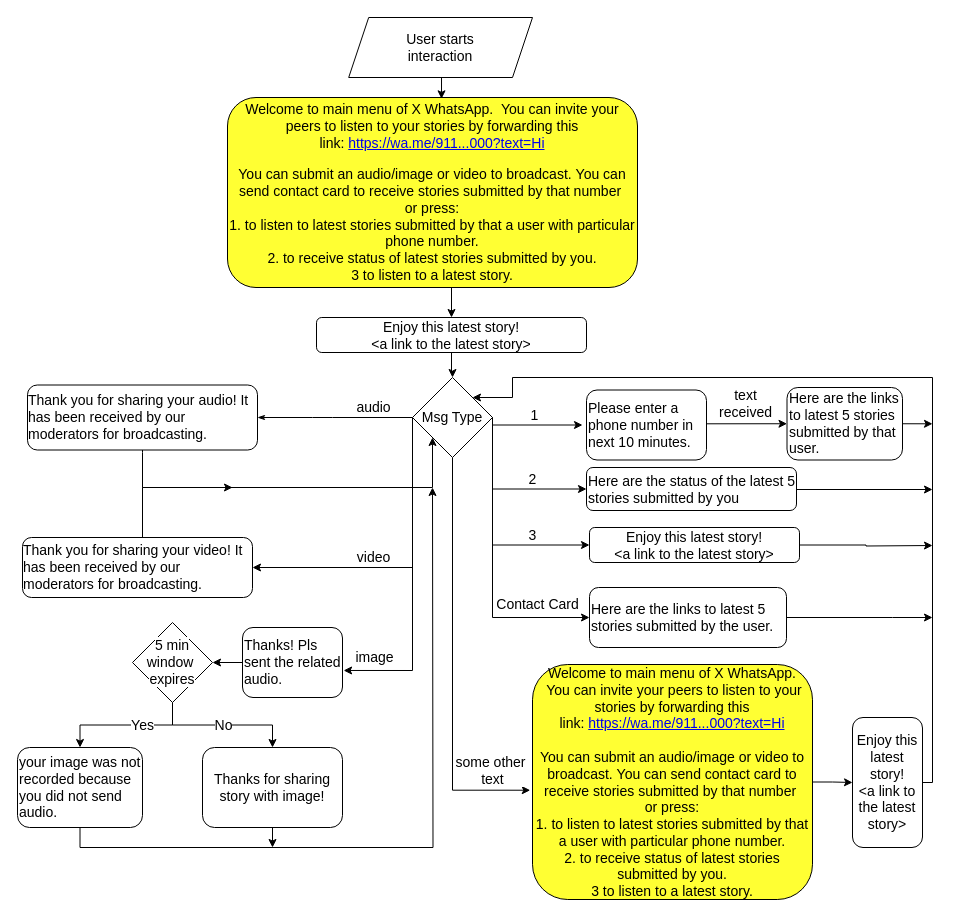
The draw.io diagram page "Flow7" (9 of 10) of DisseminationFlow.drawio in PriyankaVerma98/CGNetSwara-WhatsApp, before the edit. Source tidied: cells renumbered, new cells numbered last; positions are measured from the earlier drawing's top-left corner, leaving out a move shared by most shapes. Both pictures are drawn from the tidied source at 100%, with x=0, y=0 at pixel (-88, 17).
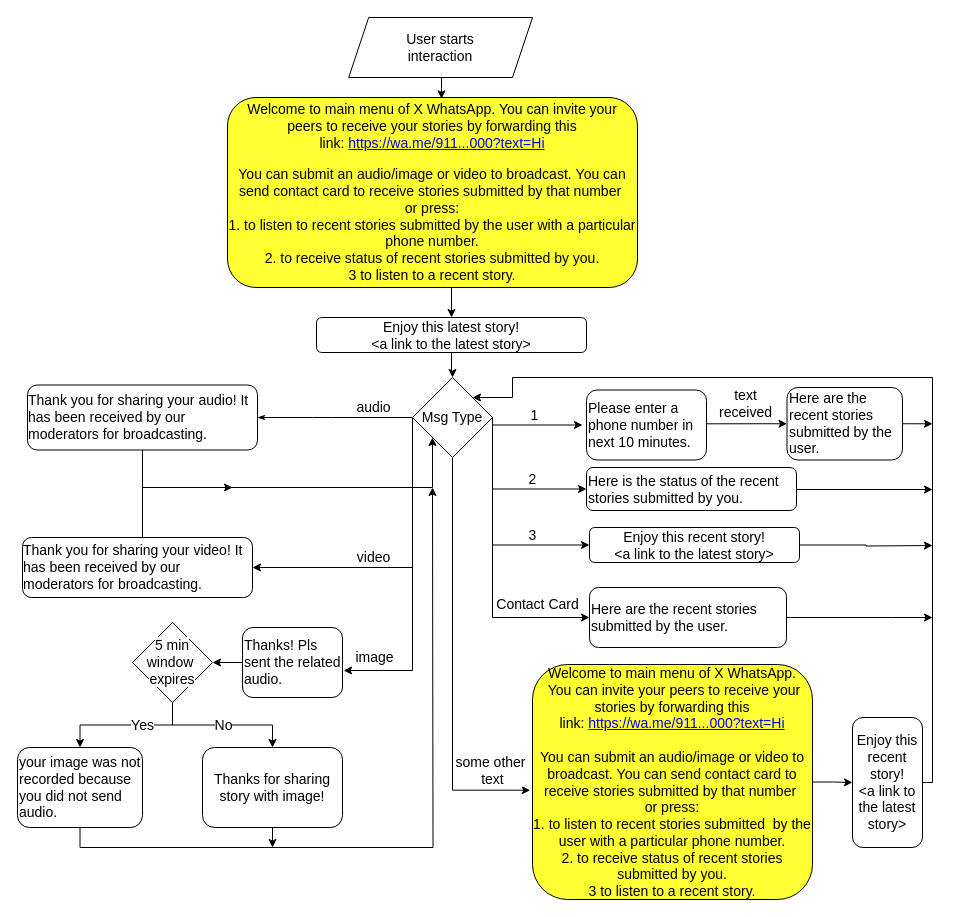
After the change.

What changed in the source:
```diff
@@
-    <mxCell id="23" value="&lt;div&gt;&lt;font style=&quot;font-size: 14px&quot;&gt;&lt;span&gt;&lt;br&gt;&lt;/span&gt;&lt;/font&gt;&lt;/div&gt;&lt;div&gt;&lt;font style=&quot;font-size: 14px&quot;&gt;&lt;span&gt;Welcome to main menu of X WhatsApp. &amp;nbsp;&lt;/span&gt;&lt;span&gt;You can invite your peers to listen to your stories by forwarding this link:&amp;nbsp;&lt;/span&gt;&lt;a href=&quot;https://wa.me/918050068000?text=Hi&quot;&gt;https://wa.me/911...000?text=Hi&lt;/a&gt;&lt;/font&gt;&lt;/div&gt;&lt;div&gt;&lt;br&gt;&lt;/div&gt;&lt;div&gt;&lt;font style=&quot;font-size: 14px&quot;&gt;You can submit an audio/image or video to broadcast.&amp;nbsp;&lt;/font&gt;&lt;font style=&quot;font-size: 14px&quot;&gt;You can send contact card to receive stories submitted by that number&amp;nbsp;&lt;/font&gt;&lt;/div&gt;&lt;div&gt;&lt;span style=&quot;font-size: 14px&quot;&gt;or press:&lt;/span&gt;&lt;/div&gt;&lt;div&gt;&lt;font style=&quot;font-size: 14px&quot;&gt;1.&amp;nbsp;&lt;/font&gt;&lt;span style=&quot;font-size: 14px&quot;&gt;to listen to latest stories submitted by that a user with particular phone number.&lt;/span&gt;&lt;/div&gt;&lt;div&gt;&lt;font style=&quot;font-size: 14px&quot;&gt;&lt;font&gt;2. to receive status of latest stories submitted by you&lt;/font&gt;.&lt;/font&gt;&lt;/div&gt;&lt;div&gt;&lt;font style=&quot;font-size: 14px&quot;&gt;3 to listen to a latest story.&lt;br&gt;&lt;/font&gt;&lt;/div&gt;&lt;div&gt;&lt;font style=&quot;font-size: 14px&quot;&gt;&lt;br&gt;&lt;/font&gt;&lt;/div&gt;" style="rounded=1;whiteSpace=wrap;html=1;fillColor=#FFFF33;" parent="1" vertex="1">
+    <mxCell id="23" value="&lt;div&gt;&lt;font style=&quot;font-size: 14px&quot;&gt;&lt;span&gt;&lt;br&gt;&lt;/span&gt;&lt;/font&gt;&lt;/div&gt;&lt;div&gt;&lt;font style=&quot;font-size: 14px&quot;&gt;&lt;span&gt;Welcome to main menu of X WhatsApp.&amp;nbsp;&lt;/span&gt;&lt;span&gt;You can invite your peers to receive your stories by forwarding this link:&amp;nbsp;&lt;/span&gt;&lt;a href=&quot;https://wa.me/918050068000?text=Hi&quot;&gt;https://wa.me/911...000?text=Hi&lt;/a&gt;&lt;/font&gt;&lt;/div&gt;&lt;div&gt;&lt;br&gt;&lt;/div&gt;&lt;div&gt;&lt;font style=&quot;font-size: 14px&quot;&gt;You can submit an audio/image or video to broadcast.&amp;nbsp;&lt;/font&gt;&lt;font style=&quot;font-size: 14px&quot;&gt;You can send contact card to receive stories submitted by that number&amp;nbsp;&lt;/font&gt;&lt;/div&gt;&lt;div&gt;&lt;span style=&quot;font-size: 14px&quot;&gt;or press:&lt;/span&gt;&lt;/div&gt;&lt;div&gt;&lt;font style=&quot;font-size: 14px&quot;&gt;1.&amp;nbsp;&lt;/font&gt;&lt;span style=&quot;font-size: 14px&quot;&gt;to listen to recent stories submitted by the user with a particular phone number.&lt;/span&gt;&lt;/div&gt;&lt;div&gt;&lt;font style=&quot;font-size: 14px&quot;&gt;&lt;font&gt;2. to receive status of recent stories submitted by you&lt;/font&gt;.&lt;/font&gt;&lt;/div&gt;&lt;div&gt;&lt;font style=&quot;font-size: 14px&quot;&gt;3 to listen to a recent story.&lt;br&gt;&lt;/font&gt;&lt;/div&gt;&lt;div&gt;&lt;font style=&quot;font-size: 14px&quot;&gt;&lt;br&gt;&lt;/font&gt;&lt;/div&gt;" style="rounded=1;whiteSpace=wrap;html=1;fillColor=#FFFF33;" parent="1" vertex="1">
       <mxGeometry x="315" y="80" width="410" height="190" as="geometry" />
     </mxCell>
@@
-    <mxCell id="30" value="&lt;div&gt;&lt;span style=&quot;font-size: 14px&quot;&gt;Welcome to main menu of X WhatsApp. &amp;nbsp;You can invite your peers to listen to your stories by forwarding this link:&amp;nbsp;&lt;/span&gt;&lt;a href=&quot;https://wa.me/918050068000?text=Hi&quot; style=&quot;font-size: 14px&quot;&gt;https://wa.me/911...000?text=Hi&lt;/a&gt;&lt;br&gt;&lt;/div&gt;&lt;div&gt;&lt;div&gt;&lt;font style=&quot;font-size: 14px&quot;&gt;&lt;br&gt;&lt;/font&gt;&lt;/div&gt;&lt;div&gt;&lt;font style=&quot;font-size: 14px&quot;&gt;You can submit an audio/image or video to broadcast.&amp;nbsp;&lt;/font&gt;&lt;font style=&quot;font-size: 14px&quot;&gt;You can send contact card to receive stories submitted by that number&amp;nbsp;&lt;/font&gt;&lt;br&gt;&lt;/div&gt;&lt;div&gt;&lt;span style=&quot;font-size: 14px&quot;&gt;or press:&lt;/span&gt;&lt;/div&gt;&lt;div&gt;&lt;font style=&quot;font-size: 14px&quot;&gt;1.&amp;nbsp;&lt;/font&gt;&lt;span style=&quot;font-size: 14px&quot;&gt;to listen to latest stories submitted by that a user with particular phone number.&lt;/span&gt;&lt;/div&gt;&lt;div&gt;&lt;font style=&quot;font-size: 14px&quot;&gt;2. to receive status of latest stories submitted by you.&lt;/font&gt;&lt;/div&gt;&lt;div&gt;&lt;font style=&quot;font-size: 14px&quot;&gt;3 to listen to a latest story.&lt;/font&gt;&lt;/div&gt;&lt;/div&gt;" style="rounded=1;whiteSpace=wrap;html=1;fillColor=#FFFF33;align=center;" parent="1" vertex="1">
+    <mxCell id="30" value="&lt;div&gt;&lt;span style=&quot;font-size: 14px&quot;&gt;Welcome to main menu of X WhatsApp. &amp;nbsp;You can invite your peers to receive your stories by forwarding this link:&amp;nbsp;&lt;/span&gt;&lt;a href=&quot;https://wa.me/918050068000?text=Hi&quot; style=&quot;font-size: 14px&quot;&gt;https://wa.me/911...000?text=Hi&lt;/a&gt;&lt;br&gt;&lt;/div&gt;&lt;div&gt;&lt;div&gt;&lt;font style=&quot;font-size: 14px&quot;&gt;&lt;br&gt;&lt;/font&gt;&lt;/div&gt;&lt;div&gt;&lt;font style=&quot;font-size: 14px&quot;&gt;You can submit an audio/image or video to broadcast.&amp;nbsp;&lt;/font&gt;&lt;font style=&quot;font-size: 14px&quot;&gt;You can send contact card to receive stories submitted by that number&amp;nbsp;&lt;/font&gt;&lt;br&gt;&lt;/div&gt;&lt;div&gt;&lt;span style=&quot;font-size: 14px&quot;&gt;or press:&lt;/span&gt;&lt;/div&gt;&lt;div&gt;&lt;font style=&quot;font-size: 14px&quot;&gt;1.&amp;nbsp;&lt;/font&gt;&lt;span style=&quot;font-size: 14px&quot;&gt;to listen to recent stories submitted&amp;nbsp;&lt;/span&gt;&lt;span style=&quot;font-size: 14px&quot;&gt;&amp;nbsp;&lt;/span&gt;&lt;span style=&quot;font-size: 14px&quot;&gt;by the user with a particular phone number.&lt;/span&gt;&lt;/div&gt;&lt;div&gt;&lt;font style=&quot;font-size: 14px&quot;&gt;2. to receive status of recent stories submitted by you.&lt;/font&gt;&lt;/div&gt;&lt;div&gt;&lt;font style=&quot;font-size: 14px&quot;&gt;3 to listen to a recent story.&lt;/font&gt;&lt;/div&gt;&lt;/div&gt;" style="rounded=1;whiteSpace=wrap;html=1;fillColor=#FFFF33;align=center;" parent="1" vertex="1">
       <mxGeometry x="620" y="647" width="280" height="235" as="geometry" />
     </mxCell>
@@
-    <mxCell id="47" value="&lt;font style=&quot;font-size: 14px&quot;&gt;Enjoy this latest story!&lt;br&gt;&amp;lt;a link to the latest story&amp;gt;&lt;/font&gt;" style="rounded=1;whiteSpace=wrap;html=1;" parent="1" vertex="1">
+    <mxCell id="47" value="&lt;font style=&quot;font-size: 14px&quot;&gt;Enjoy this recent story!&lt;br&gt;&amp;lt;a link to the latest story&amp;gt;&lt;/font&gt;" style="rounded=1;whiteSpace=wrap;html=1;" parent="1" vertex="1">
       <mxGeometry x="940" y="700" width="70" height="130" as="geometry" />
     </mxCell>
-    <mxCell id="48" value="&lt;font style=&quot;font-size: 14px&quot;&gt;Here are the links to latest 5 stories submitted by the user.&lt;/font&gt;" style="rounded=1;whiteSpace=wrap;html=1;align=left;" parent="1" vertex="1">
+    <mxCell id="48" value="&lt;font style=&quot;font-size: 14px&quot;&gt;Here are the recent stories submitted by the user.&lt;/font&gt;" style="rounded=1;whiteSpace=wrap;html=1;align=left;" parent="1" vertex="1">
       <mxGeometry x="677" y="570" width="197" height="60" as="geometry" />
     </mxCell>
@@
-    <mxCell id="50" value="&lt;font style=&quot;font-size: 14px&quot;&gt;&lt;font&gt;Enjoy this latest story!&lt;br&gt;&lt;/font&gt;&lt;font&gt;&amp;lt;a link to the latest story&amp;gt;&lt;/font&gt;&lt;/font&gt;" style="rounded=1;whiteSpace=wrap;html=1;" parent="1" vertex="1">
+    <mxCell id="50" value="&lt;font style=&quot;font-size: 14px&quot;&gt;&lt;font&gt;Enjoy this recent story!&lt;br&gt;&lt;/font&gt;&lt;font&gt;&amp;lt;a link to the latest story&amp;gt;&lt;/font&gt;&lt;/font&gt;" style="rounded=1;whiteSpace=wrap;html=1;" parent="1" vertex="1">
       <mxGeometry x="677" y="510" width="210" height="35" as="geometry" />
     </mxCell>
@@
-    <mxCell id="52" value="&lt;font style=&quot;font-size: 14px&quot;&gt;Here are the status of the latest 5 stories submitted by you&lt;/font&gt;" style="rounded=1;whiteSpace=wrap;html=1;align=left;" parent="1" vertex="1">
+    <mxCell id="52" value="&lt;font style=&quot;font-size: 14px&quot;&gt;Here is the status of the recent stories submitted by you.&lt;/font&gt;" style="rounded=1;whiteSpace=wrap;html=1;align=left;" parent="1" vertex="1">
       <mxGeometry x="674" y="450" width="210" height="43" as="geometry" />
     </mxCell>
@@
-    <mxCell id="55" value="&lt;font style=&quot;font-size: 14px&quot;&gt;Here are the links to latest 5 stories submitted by that user.&lt;br&gt;&lt;/font&gt;" style="rounded=1;whiteSpace=wrap;html=1;align=left;" parent="1" vertex="1">
+    <mxCell id="55" value="&lt;font style=&quot;font-size: 14px&quot;&gt;Here are the recent stories submitted by the user.&lt;br&gt;&lt;/font&gt;" style="rounded=1;whiteSpace=wrap;html=1;align=left;" parent="1" vertex="1">
       <mxGeometry x="874.5" y="370" width="115.5" height="72.5" as="geometry" />
     </mxCell>
```
